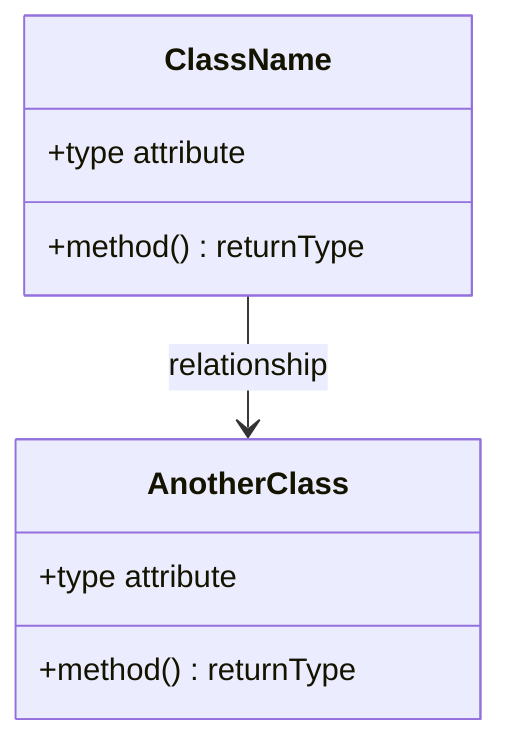
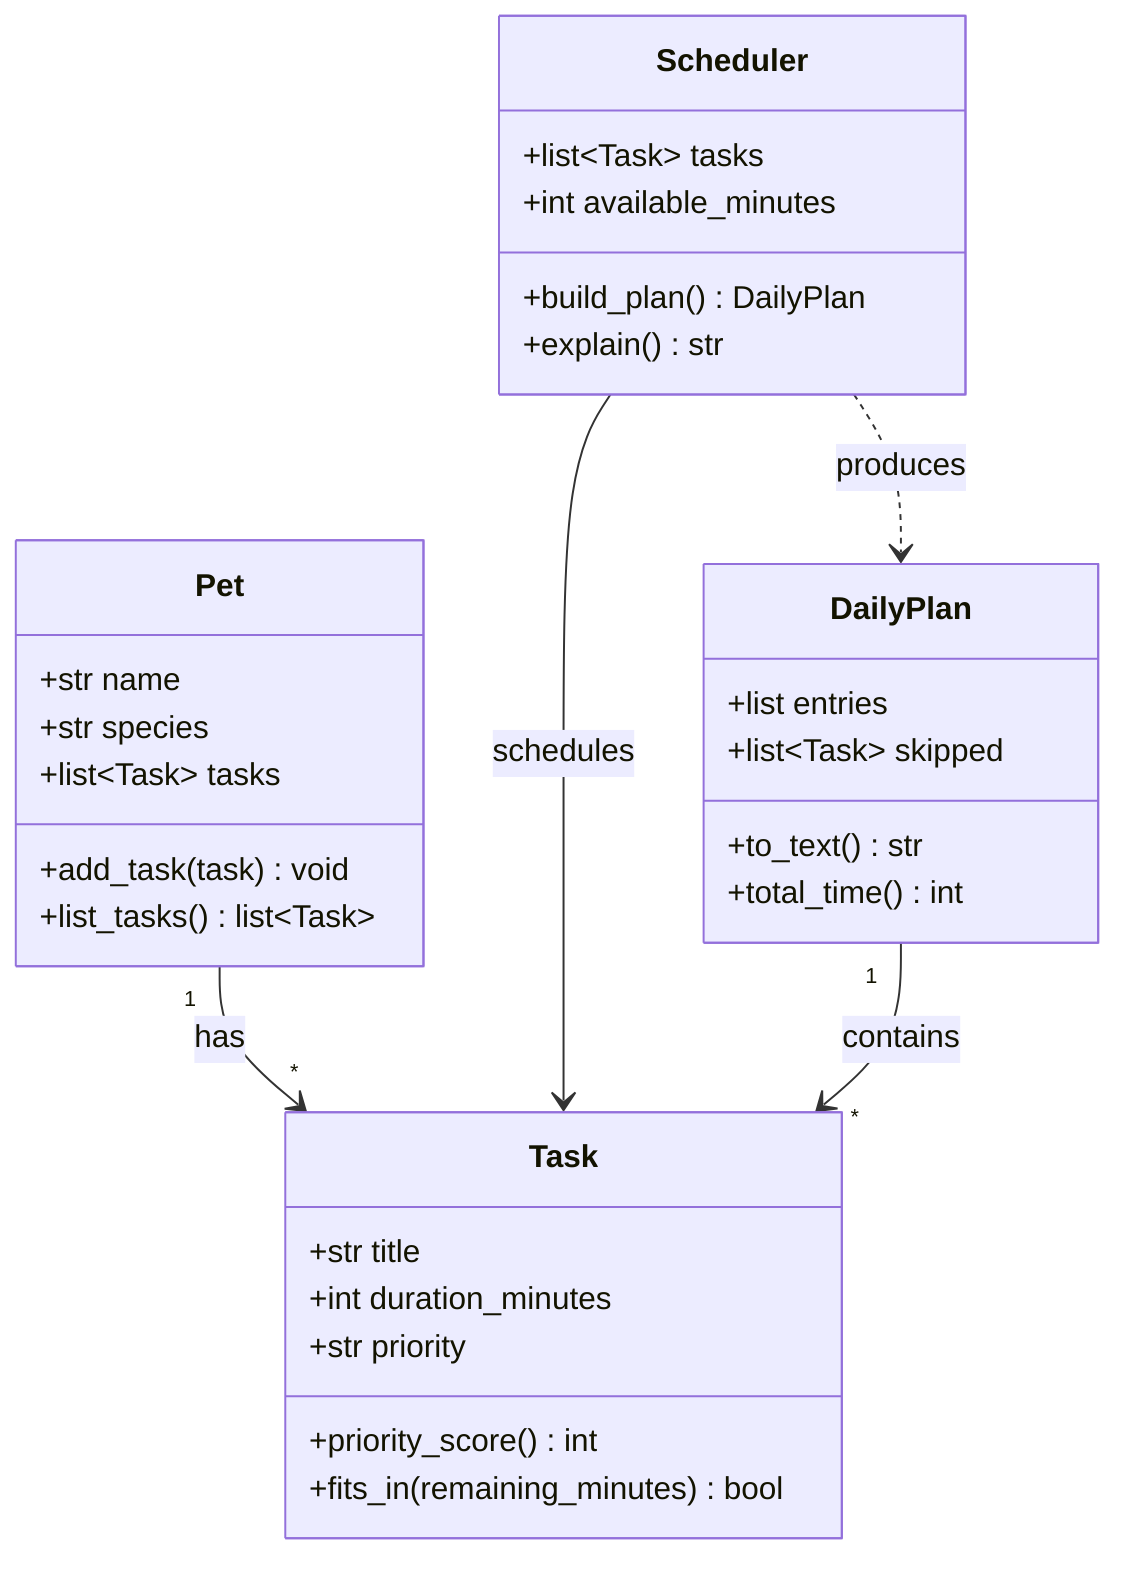
classDiagram
-     %% Replace the placeholders below with your actual classes, attributes, methods, and relationships.
-     %% Keep this file updated so it matches your final implementation.
+     %% PawPal+ — pet care planning app (Module 2 draft UML)

-     class ClassName {
-         +type attribute
-         +method() returnType
+     class Pet {
+         +str name
+         +str species
+         +list~Task~ tasks
+         +add_task(task) void
+         +list_tasks() list~Task~
    }

-     class AnotherClass {
-         +type attribute
-         +method() returnType
+     class Task {
+         +str title
+         +int duration_minutes
+         +str priority
+         +priority_score() int
+         +fits_in(remaining_minutes) bool
    }

-     ClassName --> AnotherClass : relationship
+     class Scheduler {
+         +list~Task~ tasks
+         +int available_minutes
+         +build_plan() DailyPlan
+         +explain() str
+     }
+ 
+     class DailyPlan {
+         +list entries
+         +list~Task~ skipped
+         +to_text() str
+         +total_time() int
+     }
+ 
+     Pet "1" --> "*" Task : has
+     Scheduler --> Task : schedules
+     Scheduler ..> DailyPlan : produces
+     DailyPlan "1" --> "*" Task : contains
